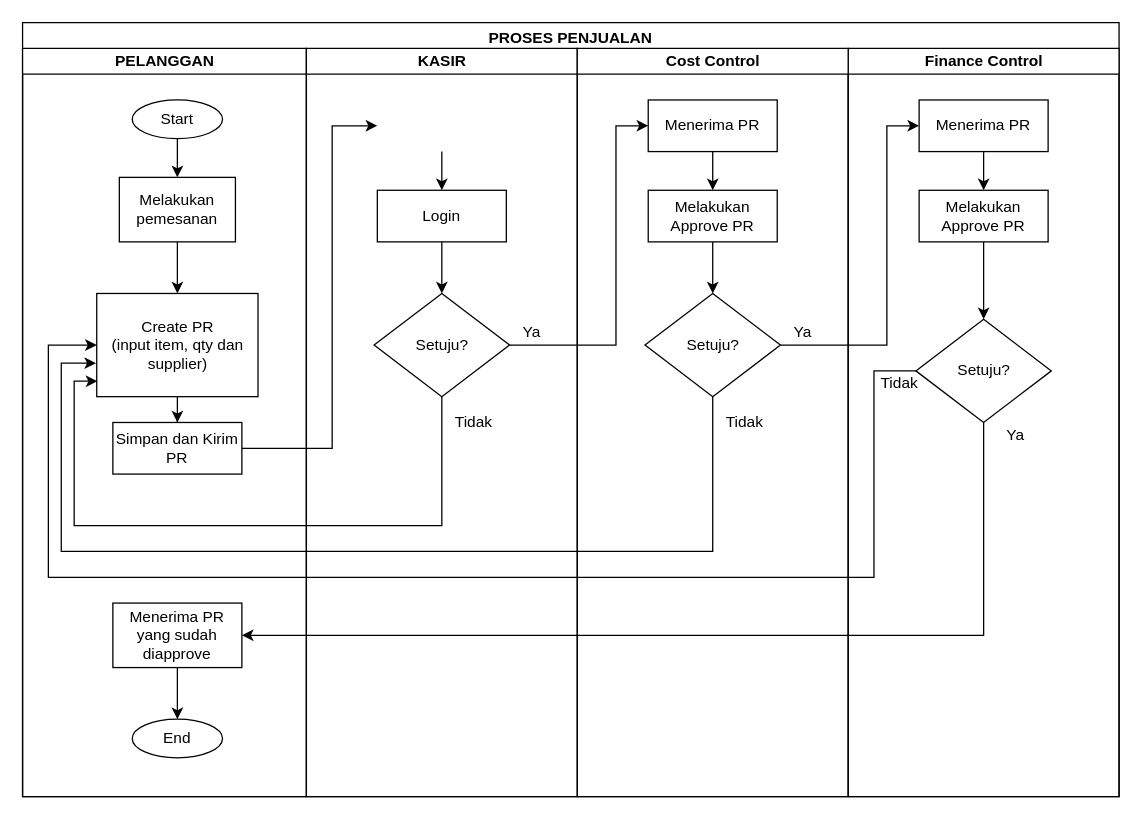
This is page "Halaman-2" (2 of 2) of Untitled Diagram.drawio from andizdn13/dokumen-project, a draw.io file, before an edit. Source tidied: cells renumbered, new cells numbered last; positions are measured from the earlier drawing's top-left corner, leaving out a move shared by most shapes. Both pictures are drawn from the tidied source at 129%, with x=0, y=0 at pixel (22, 22).
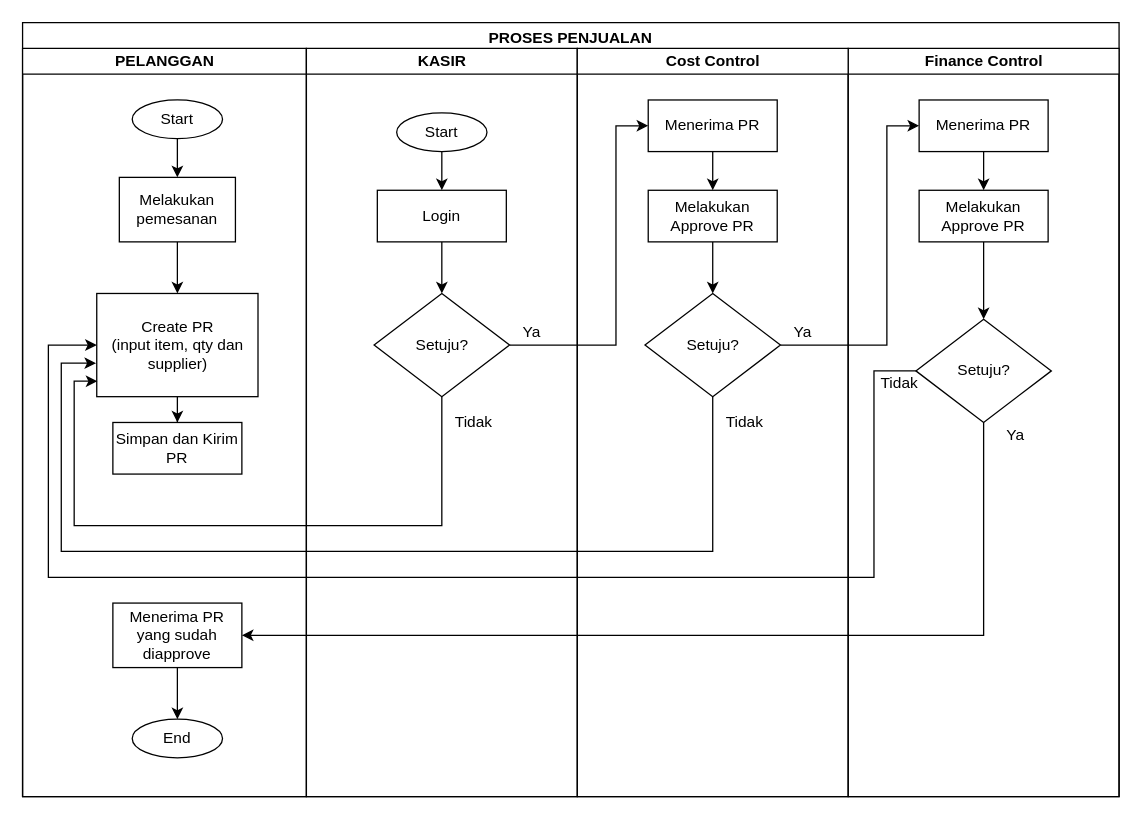
After the change.

Unchanged cells that the change refers to:
```xml
<mxCell id="2" value="PROSES PENJUALAN" style="swimlane;" parent="1" vertex="1">
  <mxGeometry width="850" height="600" as="geometry" />
</mxCell>
<mxCell id="18" value="Simpan dan Kirim PR" style="rounded=0;whiteSpace=wrap;html=1;strokeWidth=1;" parent="11" vertex="1">
  <mxGeometry x="70" y="290" width="100" height="40" as="geometry" />
</mxCell>
<mxCell id="22" value="KASIR" style="swimlane;html=1;startSize=20;" parent="2" vertex="1">
  <mxGeometry x="220" y="20" width="210" height="580" as="geometry" />
</mxCell>
```

Diff of the diagram source:
```diff
@@
+    <mxCell id="44" value="Start" style="strokeWidth=1;html=1;shape=mxgraph.flowchart.start_1;whiteSpace=wrap;" parent="22" vertex="1">
+      <mxGeometry x="70" y="50" width="70" height="30" as="geometry" />
+    </mxCell>
@@
-    <mxCell id="37" style="edgeStyle=orthogonalEdgeStyle;rounded=0;jettySize=auto;html=1;exitX=1;exitY=0.5;exitDx=0;exitDy=0;entryX=0;entryY=0.5;entryDx=0;entryDy=0;" parent="2" edge="1" source="18">
-      <mxGeometry relative="1" as="geometry">
-        <mxPoint x="275" y="80" as="targetPoint" />
-        <Array as="points">
-          <mxPoint x="240" y="330" />
-          <mxPoint x="240" y="80" />
-        </Array>
-      </mxGeometry>
-    </mxCell>
```
